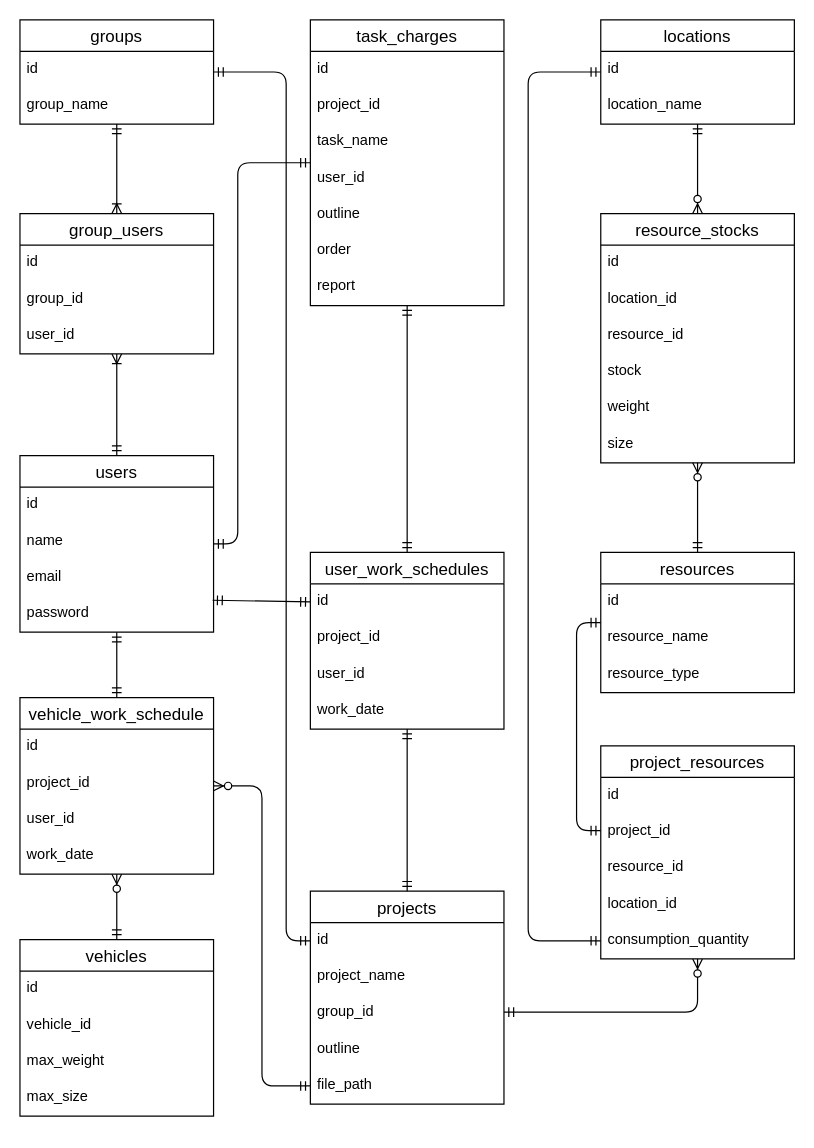
Before: ER図.dio in Rikido/recrutement-test-dev, a draw.io diagram. Source tidied: cells renumbered, new cells numbered last; positions are measured from the earlier drawing's top-left corner, leaving out a move shared by most shapes. Both pictures are drawn from the tidied source at 121%, with x=0, y=0 at pixel (19, 19).
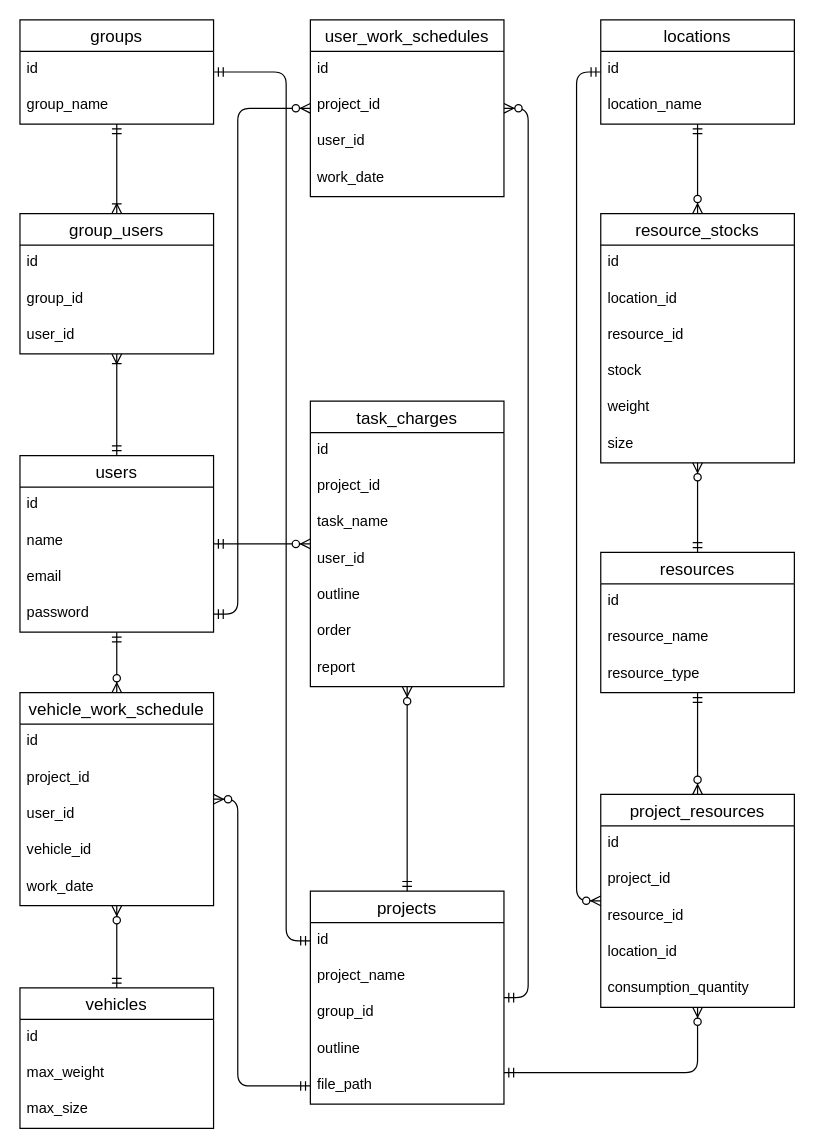
After the change.

Commit message (it also covers changes not shown here):
ER図の修正、READMEにデータベース設計の記述

Unchanged cells that the change refers to:
```xml
<mxCell id="2" value="users" style="swimlane;fontStyle=0;horizontal=1;startSize=26;align=center;fontSize=14;" parent="1" vertex="1">
  <mxGeometry y="360" width="160" height="146" as="geometry" />
</mxCell>
<mxCell id="6" value="password" style="text;strokeColor=none;fillColor=none;spacingLeft=4;spacingRight=4;overflow=hidden;points=[[0,0.5],[1,0.5]];portConstraint=eastwest;fontSize=12;" parent="2" vertex="1">
  <mxGeometry y="116" width="160" height="30" as="geometry" />
</mxCell>
<mxCell id="7" value="groups" style="swimlane;fontStyle=0;horizontal=1;startSize=26;align=center;fontSize=14;" parent="1" vertex="1">
  <mxGeometry width="160" height="86" as="geometry" />
</mxCell>
<mxCell id="10" value="resources" style="swimlane;fontStyle=0;horizontal=1;startSize=26;align=center;fontSize=14;" parent="1" vertex="1">
  <mxGeometry x="480" y="440" width="160" height="116" as="geometry" />
</mxCell>
<mxCell id="18" value="locations" style="swimlane;fontStyle=0;horizontal=1;startSize=26;align=center;fontSize=14;" parent="1" vertex="1">
  <mxGeometry x="480" width="160" height="86" as="geometry" />
</mxCell>
<mxCell id="33" value="projects" style="swimlane;fontStyle=0;horizontal=1;startSize=26;align=center;fontSize=14;" parent="1" vertex="1">
  <mxGeometry x="240" y="720" width="160" height="176" as="geometry" />
</mxCell>
<mxCell id="34" value="id" style="text;strokeColor=none;fillColor=none;spacingLeft=4;spacingRight=4;overflow=hidden;points=[[0,0.5],[1,0.5]];portConstraint=eastwest;fontSize=12;" parent="33" vertex="1">
  <mxGeometry y="26" width="160" height="30" as="geometry" />
</mxCell>
<mxCell id="38" value="file_path" style="text;strokeColor=none;fillColor=none;spacingLeft=4;spacingRight=4;overflow=hidden;points=[[0,0.5],[1,0.5]];portConstraint=eastwest;fontSize=12;" parent="33" vertex="1">
  <mxGeometry y="146" width="160" height="30" as="geometry" />
</mxCell>
<mxCell id="48" value="id" style="text;strokeColor=none;fillColor=none;spacingLeft=4;spacingRight=4;overflow=hidden;points=[[0,0.5],[1,0.5]];portConstraint=eastwest;fontSize=12;" parent="47" vertex="1">
  <mxGeometry y="26" width="160" height="30" as="geometry" />
</mxCell>
<mxCell id="57" value="consumption_quantity" style="text;strokeColor=none;fillColor=none;spacingLeft=4;spacingRight=4;overflow=hidden;points=[[0,0.5],[1,0.5]];portConstraint=eastwest;fontSize=12;" parent="52" vertex="1">
  <mxGeometry y="146" width="160" height="30" as="geometry" />
</mxCell>
```

Diff of the diagram source:
```diff
@@
     <mxCell id="21" value="vehicles" style="swimlane;fontStyle=0;horizontal=1;startSize=26;align=center;fontSize=14;" parent="1" vertex="1">
-      <mxGeometry y="760" width="160" height="146" as="geometry" />
+      <mxGeometry y="800" width="160" height="116" as="geometry" />
     </mxCell>
@@
-    <mxCell id="23" value="vehicle_id" style="text;strokeColor=none;fillColor=none;spacingLeft=4;spacingRight=4;overflow=hidden;fontSize=12;" parent="21" vertex="1">
-      <mxGeometry y="56" width="160" height="30" as="geometry" />
-    </mxCell>
     <mxCell id="24" value="max_weight" style="text;strokeColor=none;fillColor=none;spacingLeft=4;spacingRight=4;overflow=hidden;fontSize=12;" parent="21" vertex="1">
-      <mxGeometry y="86" width="160" height="30" as="geometry" />
+      <mxGeometry y="56" width="160" height="30" as="geometry" />
     </mxCell>
     <mxCell id="25" value="max_size" style="text;strokeColor=none;fillColor=none;spacingLeft=4;spacingRight=4;overflow=hidden;fontSize=12;" parent="21" vertex="1">
-      <mxGeometry y="116" width="160" height="30" as="geometry" />
+      <mxGeometry y="86" width="160" height="30" as="geometry" />
     </mxCell>
@@
     <mxCell id="39" value="task_charges" style="swimlane;fontStyle=0;horizontal=1;startSize=26;align=center;fontSize=14;" parent="1" vertex="1">
-      <mxGeometry x="240" width="160" height="236" as="geometry" />
+      <mxGeometry x="240" y="315" width="160" height="236" as="geometry" />
     </mxCell>
@@
     <mxCell id="47" value="user_work_schedules" style="swimlane;fontStyle=0;horizontal=1;startSize=26;align=center;fontSize=14;" parent="1" vertex="1">
-      <mxGeometry x="240" y="440" width="160" height="146" as="geometry" />
+      <mxGeometry x="240" width="160" height="146" as="geometry" />
     </mxCell>
@@
     <mxCell id="52" value="project_resources" style="swimlane;fontStyle=0;horizontal=1;startSize=26;align=center;fontSize=14;" parent="1" vertex="1">
-      <mxGeometry x="480" y="600" width="160" height="176" as="geometry" />
+      <mxGeometry x="480" y="640" width="160" height="176" as="geometry" />
     </mxCell>
@@
     <mxCell id="58" value="vehicle_work_schedule" style="swimlane;fontStyle=0;horizontal=1;startSize=26;align=center;fontSize=14;" parent="1" vertex="1">
-      <mxGeometry y="560" width="160" height="146" as="geometry" />
+      <mxGeometry y="556" width="160" height="176" as="geometry" />
     </mxCell>
@@
+    <mxCell id="23" value="vehicle_id" style="text;strokeColor=none;fillColor=none;spacingLeft=4;spacingRight=4;overflow=hidden;fontSize=12;" parent="58" vertex="1">
+      <mxGeometry y="116" width="160" height="30" as="geometry" />
+    </mxCell>
     <mxCell id="62" value="work_date" style="text;strokeColor=none;fillColor=none;spacingLeft=4;spacingRight=4;overflow=hidden;fontSize=12;" parent="58" vertex="1">
-      <mxGeometry y="116" width="160" height="30" as="geometry" />
+      <mxGeometry y="146" width="160" height="30" as="geometry" />
     </mxCell>
@@
     <mxCell id="67" style="fontSize=12;html=1;endArrow=ERzeroToMany;startArrow=ERmandOne;edgeStyle=elbowEdgeStyle;" parent="1" edge="1" source="33" target="52">
       <mxGeometry relative="1" as="geometry">
         <Array as="points">
+          <mxPoint x="560" y="870" />
+          <mxPoint x="580" y="820" />
           <mxPoint x="560" y="820" />
-          <mxPoint x="540" y="820" />
         </Array>
       </mxGeometry>
     </mxCell>
     <mxCell id="68" style="edgeStyle=elbowEdgeStyle;fontSize=12;html=1;endArrow=ERmandOne;startArrow=ERmandOne;" parent="1" edge="1" source="7" target="34">
       <mxGeometry relative="1" as="geometry">
         <Array as="points">
-          <mxPoint x="220" y="260" />
-          <mxPoint x="210" y="290" />
+          <mxPoint x="220" y="400" />
+          <mxPoint x="230" y="290" />
         </Array>
       </mxGeometry>
     </mxCell>
-    <mxCell id="69" style="edgeStyle=elbowEdgeStyle;fontSize=12;html=1;endArrow=ERmandOne;startArrow=ERmandOne;exitX=0;exitY=0.5;exitDx=0;exitDy=0;" parent="1" edge="1" source="57" target="18">
-      <mxGeometry relative="1" as="geometry">
-        <Array as="points">
-          <mxPoint x="420" y="280" />
-        </Array>
-      </mxGeometry>
-    </mxCell>
-    <mxCell id="70" style="edgeStyle=elbowEdgeStyle;fontSize=12;html=1;endArrow=ERmandOne;startArrow=ERmandOne;" parent="1" edge="1" source="52" target="10">
-      <mxGeometry relative="1" as="geometry">
-        <Array as="points">
-          <mxPoint x="460" y="670" />
-        </Array>
-      </mxGeometry>
-    </mxCell>
@@
     <mxCell id="72" style="edgeStyle=elbowEdgeStyle;fontSize=12;html=1;endArrow=ERzeroToMany;startArrow=ERmandOne;" parent="1" edge="1" source="38" target="58">
-      <mxGeometry relative="1" as="geometry" />
+      <mxGeometry relative="1" as="geometry">
+        <Array as="points">
+          <mxPoint x="180" y="750" />
+        </Array>
+      </mxGeometry>
     </mxCell>
+    <mxCell id="75" style="fontSize=12;html=1;endArrow=ERzeroToMany;startArrow=ERmandOne;" parent="1" edge="1" source="2" target="39">
+      <mxGeometry relative="1" as="geometry" />
+    </mxCell>
+    <mxCell id="78" style="fontSize=12;html=1;endArrow=ERzeroToMany;startArrow=ERmandOne;edgeStyle=elbowEdgeStyle;" parent="1" edge="1" source="6" target="47">
+      <mxGeometry relative="1" as="geometry">
+        <Array as="points">
+          <mxPoint x="180" y="290" />
+        </Array>
+      </mxGeometry>
+    </mxCell>
+    <mxCell id="79" style="fontSize=12;html=1;endArrow=ERzeroToMany;startArrow=ERmandOne;" parent="1" edge="1" source="2" target="58">
+      <mxGeometry relative="1" as="geometry" />
+    </mxCell>
+    <mxCell id="80" style="fontSize=12;html=1;endArrow=ERzeroToMany;startArrow=ERmandOne;entryX=0.5;entryY=0;entryDx=0;entryDy=0;" parent="1" edge="1" source="10" target="52">
+      <mxGeometry relative="1" as="geometry" />
+    </mxCell>
+    <mxCell id="81" style="edgeStyle=elbowEdgeStyle;fontSize=12;html=1;endArrow=ERzeroToMany;startArrow=ERmandOne;" parent="1" edge="1" source="18" target="52">
+      <mxGeometry relative="1" as="geometry">
+        <Array as="points">
+          <mxPoint x="460" y="380" />
+        </Array>
+      </mxGeometry>
+    </mxCell>
-    <mxCell id="73" style="fontSize=12;html=1;endArrow=ERmandOne;startArrow=ERmandOne;" parent="1" edge="1" source="33" target="47">
-      <mxGeometry relative="1" as="geometry" />
+    <mxCell id="73" style="fontSize=12;html=1;endArrow=ERzeroToMany;startArrow=ERmandOne;edgeStyle=elbowEdgeStyle;" parent="1" edge="1" source="33" target="47">
+      <mxGeometry relative="1" as="geometry">
+        <Array as="points">
+          <mxPoint x="420" y="433" />
+        </Array>
+      </mxGeometry>
     </mxCell>
-    <mxCell id="74" style="fontSize=12;html=1;endArrow=ERmandOne;startArrow=ERmandOne;" parent="1" edge="1" source="47" target="39">
-      <mxGeometry relative="1" as="geometry" />
-    </mxCell>
-    <mxCell id="75" style="edgeStyle=elbowEdgeStyle;fontSize=12;html=1;endArrow=ERmandOne;startArrow=ERmandOne;" parent="1" edge="1" source="2" target="39">
-      <mxGeometry relative="1" as="geometry">
-        <Array as="points">
-          <mxPoint x="180" y="280" />
-        </Array>
-      </mxGeometry>
-    </mxCell>
-    <mxCell id="76" style="fontSize=12;html=1;endArrow=ERmandOne;startArrow=ERmandOne;entryX=0;entryY=0.5;entryDx=0;entryDy=0;exitX=0.995;exitY=0.119;exitDx=0;exitDy=0;exitPerimeter=0;" parent="1" edge="1" source="6" target="48">
-      <mxGeometry relative="1" as="geometry" />
-    </mxCell>
-    <mxCell id="77" style="edgeStyle=orthogonalEdgeStyle;fontSize=12;html=1;endArrow=ERmandOne;startArrow=ERmandOne;" parent="1" edge="1" source="58" target="2">
-      <mxGeometry relative="1" as="geometry" />
-    </mxCell>
+    <mxCell id="82" style="fontSize=12;html=1;endArrow=ERzeroToMany;startArrow=ERmandOne;" parent="1" edge="1" source="33" target="39">
+      <mxGeometry relative="1" as="geometry" />
+    </mxCell>
```
